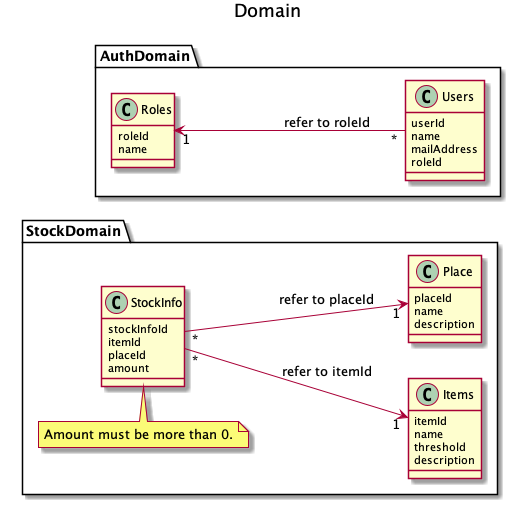
Before: HomeStockManagement/out/DomainModel/Domain.png, a diagram exported from PlantUML (shu3-lab/design).
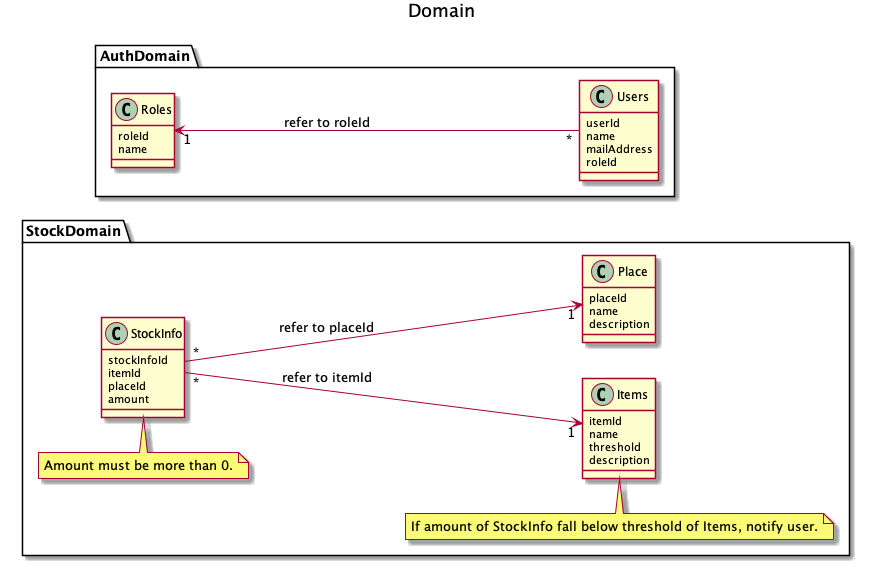
Above is the later version.

Diff of the diagram source:
```diff
@@ -39,5 +39,8 @@
     note top of StockInfo
         Amount must be more than 0.
     end note
+    note top of Items
+        If amount of StockInfo fall below threshold of Items, notify user.
+    end note
 }
 @enduml
```
